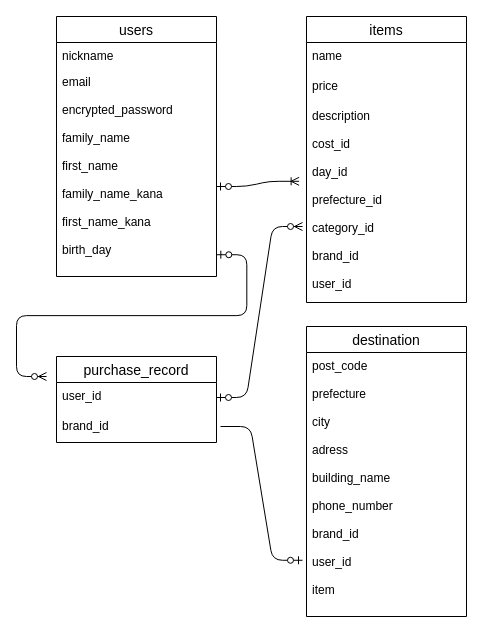
This is test.dio from shinobum10/furima-36695, a draw.io file, before an edit. Source tidied: cells renumbered, new cells numbered last; positions are measured from the earlier drawing's top-left corner, leaving out a move shared by most shapes. Both pictures are drawn from the tidied source at 100%, with x=0, y=0 at pixel (46, 16).
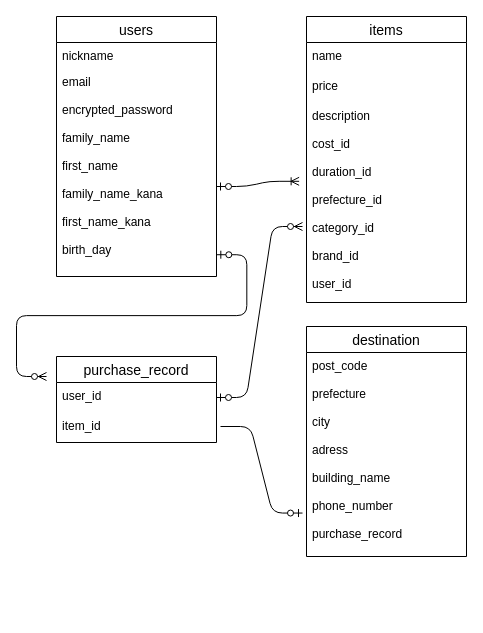
The same diagram, later.

Commit message (it also covers changes not shown here):
ER図・データベース設計修正

Unchanged cells that the change refers to:
```xml
<mxCell id="6" value="items" style="swimlane;fontStyle=0;horizontal=1;startSize=26;align=center;fontSize=14;" parent="1" vertex="1">
  <mxGeometry x="260" width="160" height="286" as="geometry" />
</mxCell>
<mxCell id="14" value="purchase_record" style="swimlane;fontStyle=0;horizontal=1;startSize=26;align=center;fontSize=14;" parent="1" vertex="1">
  <mxGeometry x="10" y="340" width="160" height="86" as="geometry" />
</mxCell>
```

What changed in the source:
```diff
@@
-    <mxCell id="9" value="description&#10;&#10;cost_id&#10;&#10;day_id&#10;&#10;prefecture_id&#10;&#10;category_id&#10;&#10;brand_id&#10;&#10;user_id&#10;&#10;" style="text;strokeColor=none;fillColor=none;spacingLeft=4;spacingRight=4;overflow=hidden;points=[[0,0.5],[1,0.5]];portConstraint=eastwest;fontSize=12;" parent="6" vertex="1">
+    <mxCell id="9" value="description&#10;&#10;cost_id&#10;&#10;duration_id&#10;&#10;prefecture_id&#10;&#10;category_id&#10;&#10;brand_id&#10;&#10;user_id&#10;&#10;" style="text;strokeColor=none;fillColor=none;spacingLeft=4;spacingRight=4;overflow=hidden;points=[[0,0.5],[1,0.5]];portConstraint=eastwest;fontSize=12;" parent="6" vertex="1">
       <mxGeometry y="86" width="160" height="200" as="geometry" />
     </mxCell>
     <mxCell id="10" value="destination" style="swimlane;fontStyle=0;horizontal=1;startSize=26;align=center;fontSize=14;" parent="1" vertex="1">
-      <mxGeometry x="260" y="310" width="160" height="290" as="geometry" />
+      <mxGeometry x="260" y="310" width="160" height="230" as="geometry" />
     </mxCell>
-    <mxCell id="11" value="post_code&#10;&#10;prefecture&#10;&#10;city&#10;&#10;adress&#10;&#10;building_name&#10;&#10;phone_number&#10;&#10;brand_id&#10;&#10;user_id&#10;&#10;item&#10;&#10;" style="text;strokeColor=none;fillColor=none;spacingLeft=4;spacingRight=4;overflow=hidden;points=[[0,0.5],[1,0.5]];portConstraint=eastwest;fontSize=12;" parent="10" vertex="1">
-      <mxGeometry y="26" width="160" height="264" as="geometry" />
+    <mxCell id="11" value="post_code&#10;&#10;prefecture&#10;&#10;city&#10;&#10;adress&#10;&#10;building_name&#10;&#10;phone_number&#10;&#10;purchase_record&#10;&#10;" style="text;strokeColor=none;fillColor=none;spacingLeft=4;spacingRight=4;overflow=hidden;points=[[0,0.5],[1,0.5]];portConstraint=eastwest;fontSize=12;" parent="10" vertex="1">
+      <mxGeometry y="26" width="160" height="204" as="geometry" />
     </mxCell>
@@
-    <mxCell id="16" value="brand_id" style="text;strokeColor=none;fillColor=none;spacingLeft=4;spacingRight=4;overflow=hidden;fontSize=12;" parent="14" vertex="1">
+    <mxCell id="16" value="item_id" style="text;strokeColor=none;fillColor=none;spacingLeft=4;spacingRight=4;overflow=hidden;fontSize=12;" parent="14" vertex="1">
       <mxGeometry y="56" width="160" height="30" as="geometry" />
     </mxCell>
```
